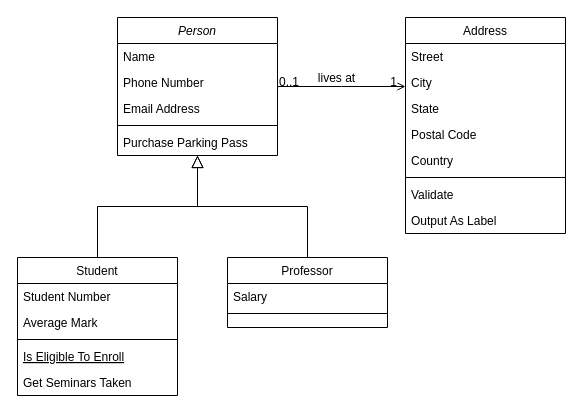
Earlier version of the draw.io diagram Diagrama sin título.drawio (Daniela90-prog/Daniela.Programate). Source tidied: cells renumbered, new cells numbered last; positions are measured from the earlier drawing's top-left corner, leaving out a move shared by most shapes. Both pictures are drawn from the tidied source at 100%, with x=0, y=0 at pixel (17, 17).
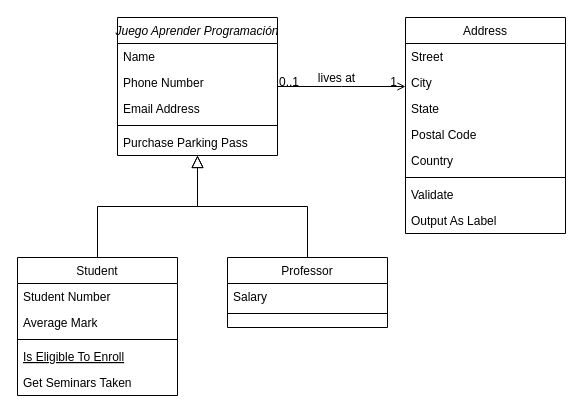
After the change.

Change to the diagram source:
```diff
@@
-    <mxCell id="2" value="Person" style="swimlane;fontStyle=2;align=center;verticalAlign=top;horizontal=1;startSize=26;rounded=0;shadow=0;strokeWidth=1;" parent="1" vertex="1">
+    <mxCell id="2" value="Juego Aprender Programación" style="swimlane;fontStyle=2;align=center;verticalAlign=top;horizontal=1;startSize=26;rounded=0;shadow=0;strokeWidth=1;" parent="1" vertex="1">
       <mxGeometry x="100" width="160" height="138" as="geometry" />
     </mxCell>
```
